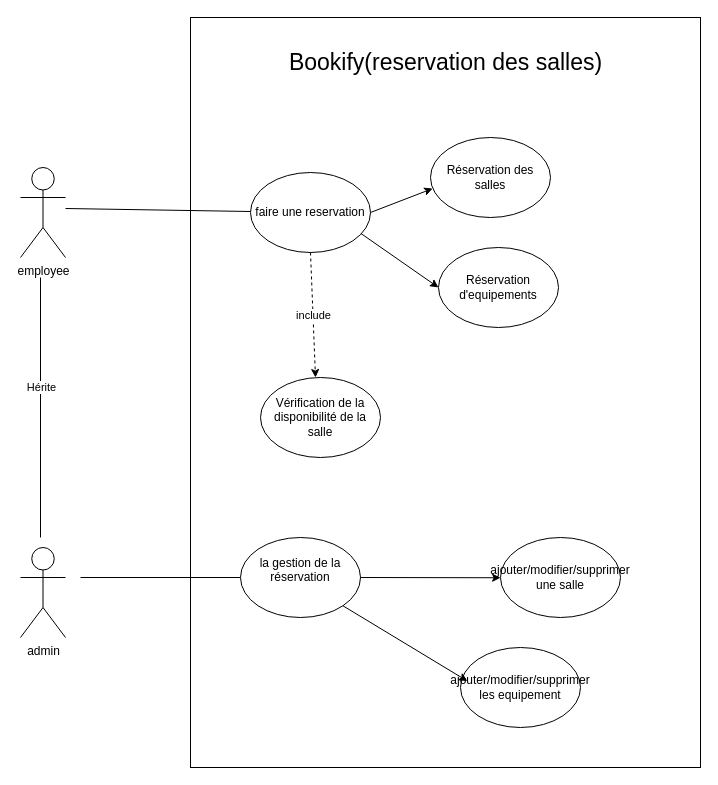
Sanalouafi/bookify keeps this draw.io diagram as Diagramme de cas d'utilisation.drawio. Above is the earlier version. Source tidied: cells renumbered, new cells numbered last; positions are measured from the earlier drawing's top-left corner, leaving out a move shared by most shapes. Both pictures are drawn from the tidied source at 100%, with x=0, y=0 at pixel (20, 17).
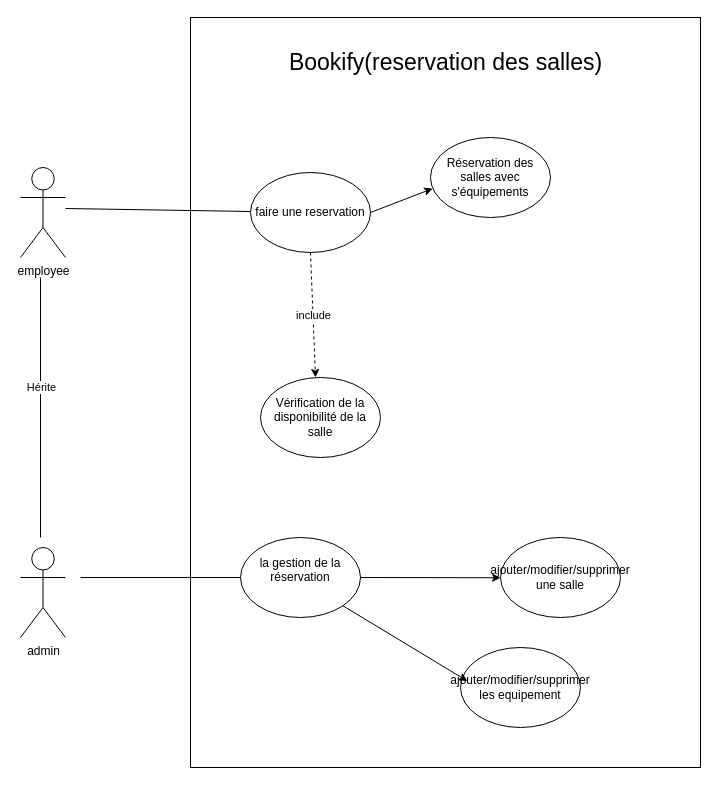
The same page after the edit.

Commit message:
modifier la section d'utilisateur

The change refers to these unchanged cells:
```xml
<mxCell id="6" value="faire une reservation" style="ellipse;whiteSpace=wrap;html=1;" parent="1" vertex="1">
  <mxGeometry x="230" y="155" width="120" height="80" as="geometry" />
</mxCell>
```

Change to the diagram source:
```diff
@@
-    <mxCell id="7" value="Réservation des salles" style="ellipse;whiteSpace=wrap;html=1;" parent="1" vertex="1">
+    <mxCell id="7" value="Réservation des salles avec s'équipements" style="ellipse;whiteSpace=wrap;html=1;" parent="1" vertex="1">
       <mxGeometry x="410" y="120" width="120" height="80" as="geometry" />
     </mxCell>
-    <mxCell id="8" value="Réservation d'equipements" style="ellipse;whiteSpace=wrap;html=1;" parent="1" vertex="1">
-      <mxGeometry x="418" y="230" width="120" height="80" as="geometry" />
-    </mxCell>
@@
-    <mxCell id="10" style="endArrow=classic;html=1;rounded=0;entryX=0;entryY=0.5;entryDx=0;entryDy=0;exitX=0.92;exitY=0.762;exitDx=0;exitDy=0;exitPerimeter=0;" parent="1" edge="1" source="6" target="8">
-      <mxGeometry relative="1" as="geometry" />
-    </mxCell>
```
